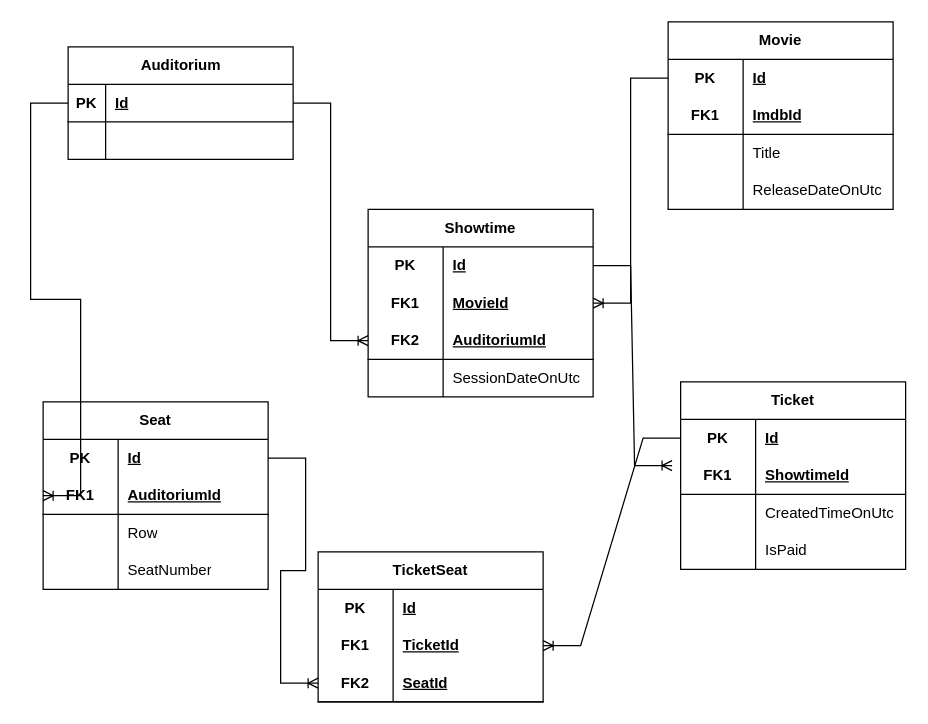
The draw.io diagram page "DataModel" (4 of 4) of docs/ArchitectureDiagram.drawio in jordiaragonzaragoza/JordiAragonZaragoza.Cinema, before the edit. Source tidied: cells renumbered, new cells numbered last; positions are measured from the earlier drawing's top-left corner, leaving out a move shared by most shapes. Both pictures are drawn from the tidied source at 125%, with x=0, y=0 at pixel (42, 21).
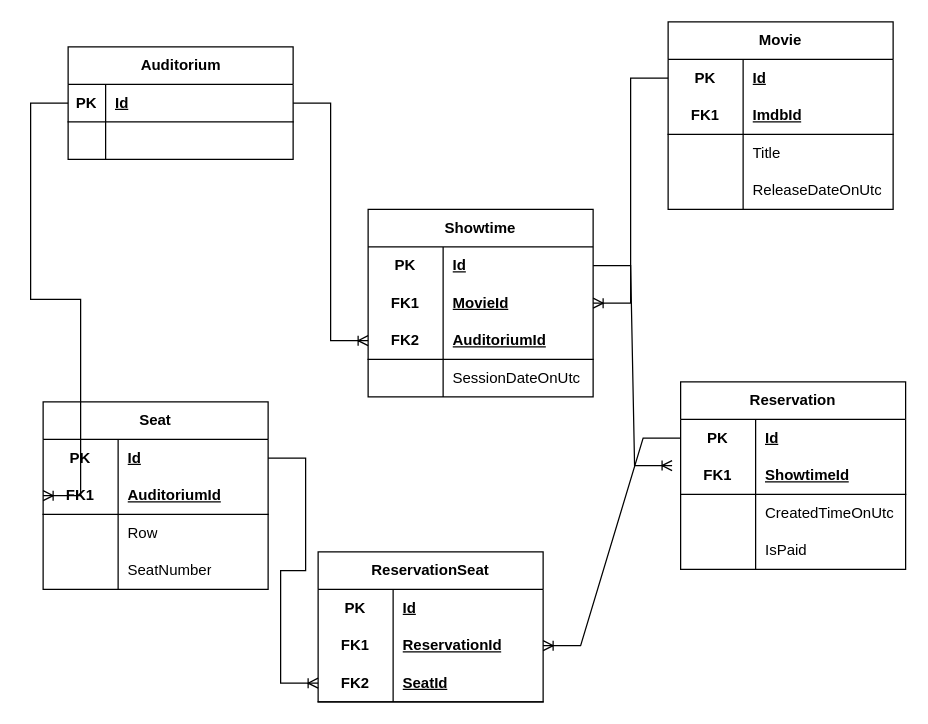
Above is the later version.

Unchanged cells that the change refers to:
```xml
<mxCell id="52" style="shape=tableRow;horizontal=0;startSize=0;swimlaneHead=0;swimlaneBody=0;fillColor=none;points=[[0,0.5],[1,0.5]];portConstraint=eastwest;top=0;left=0;right=0;bottom=0;html=1;" parent="48" vertex="1">
  <mxGeometry y="60" width="180" height="30" as="geometry" />
</mxCell>
```

Diff of the diagram source:
```diff
@@
-    <mxCell id="35" value="Ticket" style="shape=table;startSize=30;childLayout=tableLayout;rowLines=0;fontStyle=1;align=center;html=1;whiteSpace=wrap;" parent="1" vertex="1">
+    <mxCell id="35" value="Reservation" style="shape=table;startSize=30;childLayout=tableLayout;rowLines=0;fontStyle=1;align=center;html=1;whiteSpace=wrap;" parent="1" vertex="1">
       <mxGeometry x="510" y="288" width="180" height="150" as="geometry" />
     </mxCell>
@@
-    <mxCell id="48" value="TicketSeat" style="shape=table;startSize=30;childLayout=tableLayout;rowLines=0;fontStyle=1;align=center;html=1;whiteSpace=wrap;" parent="1" vertex="1">
+    <mxCell id="48" value="ReservationSeat" style="shape=table;startSize=30;childLayout=tableLayout;rowLines=0;fontStyle=1;align=center;html=1;whiteSpace=wrap;" parent="1" vertex="1">
       <mxGeometry x="220" y="424" width="180" height="120" as="geometry" />
     </mxCell>
@@
-    <mxCell id="54" value="TicketId" style="shape=partialRectangle;fillColor=none;top=0;left=0;bottom=0;right=0;align=left;spacingLeft=6;fontStyle=5;overflow=hidden;html=1;whiteSpace=wrap;" parent="52" vertex="1">
+    <mxCell id="54" value="ReservationId" style="shape=partialRectangle;fillColor=none;top=0;left=0;bottom=0;right=0;align=left;spacingLeft=6;fontStyle=5;overflow=hidden;html=1;whiteSpace=wrap;" parent="52" vertex="1">
       <mxGeometry x="60" width="120" height="30" as="geometry" />
     </mxCell>
```
